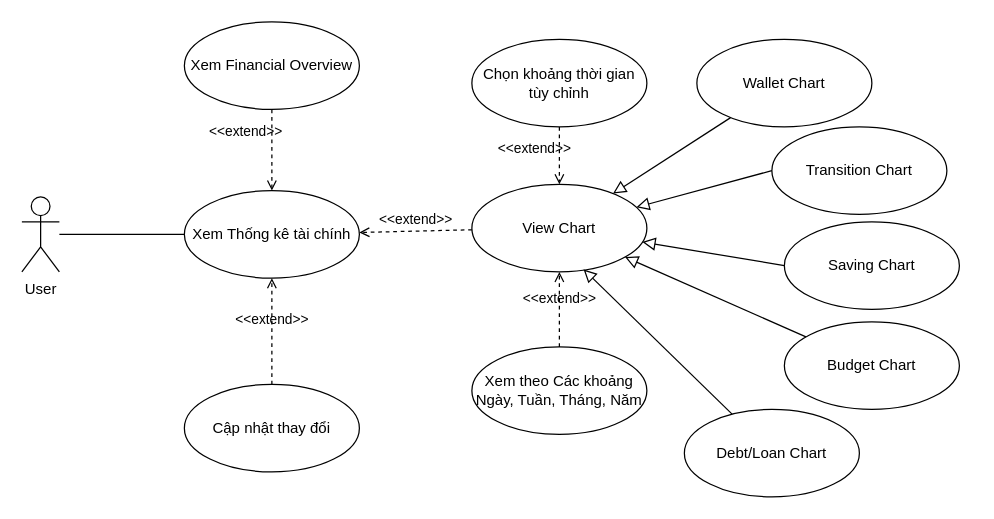
vulm-neo01/financial-management keeps this draw.io diagram as design UML/DetailedStatistics.drawio. Above is the earlier version. Source tidied: cells renumbered, new cells numbered last; positions are measured from the earlier drawing's top-left corner, leaving out a move shared by most shapes. Both pictures are drawn from the tidied source at 125%, with x=0, y=0 at pixel (21, 21).
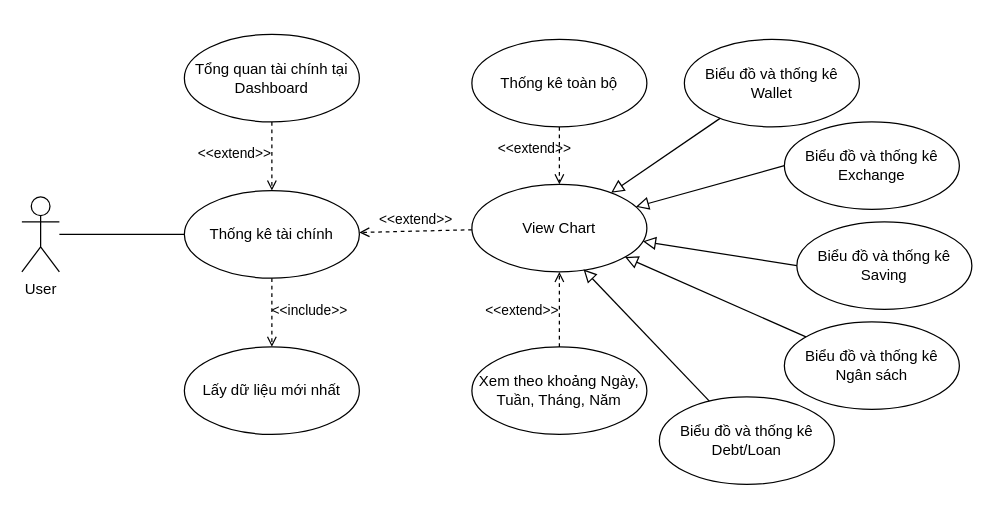
Above is the later version.

The change refers to these unchanged cells:
```xml
<mxCell id="3" value="View Chart" style="ellipse;whiteSpace=wrap;html=1;" parent="1" vertex="1">
  <mxGeometry x="360" y="130" width="140" height="70" as="geometry" />
</mxCell>
```

Change to the diagram source:
```diff
@@
-    <mxCell id="4" value="Xem Thống kê tài chính" style="ellipse;whiteSpace=wrap;html=1;" parent="1" vertex="1">
+    <mxCell id="4" value="Thống kê tài chính" style="ellipse;whiteSpace=wrap;html=1;" parent="1" vertex="1">
       <mxGeometry x="130" y="135" width="140" height="70" as="geometry" />
     </mxCell>
@@
-    <mxCell id="6" value="Xem Financial Overview" style="ellipse;whiteSpace=wrap;html=1;" parent="1" vertex="1">
-      <mxGeometry x="130" width="140" height="70" as="geometry" />
+    <mxCell id="6" value="Tổng quan tài chính tại Dashboard" style="ellipse;whiteSpace=wrap;html=1;" parent="1" vertex="1">
+      <mxGeometry x="130" y="10" width="140" height="70" as="geometry" />
     </mxCell>
     <mxCell id="7" value="&amp;lt;&amp;lt;extend&amp;gt;&amp;gt;" style="html=1;verticalAlign=bottom;labelBackgroundColor=none;endArrow=open;endFill=0;dashed=1;rounded=0;" parent="1" edge="1" source="6" target="4">
-      <mxGeometry x="-0.16" y="-21" relative="1" as="geometry" />
+      <mxGeometry x="0.23" y="-30" relative="1" as="geometry" />
     </mxCell>
@@
-    <mxCell id="9" value="Cập nhật thay đổi" style="ellipse;whiteSpace=wrap;html=1;" parent="1" vertex="1">
-      <mxGeometry x="130" y="290" width="140" height="70" as="geometry" />
+    <mxCell id="9" value="Lấy dữ liệu mới nhất" style="ellipse;whiteSpace=wrap;html=1;" parent="1" vertex="1">
+      <mxGeometry x="130" y="260" width="140" height="70" as="geometry" />
     </mxCell>
-    <mxCell id="10" value="&amp;lt;&amp;lt;extend&amp;gt;&amp;gt;" style="html=1;verticalAlign=bottom;labelBackgroundColor=none;endArrow=open;endFill=0;dashed=1;rounded=0;" parent="1" edge="1" source="9" target="4">
-      <mxGeometry relative="1" as="geometry" />
-    </mxCell>
-    <mxCell id="11" value="Wallet Chart" style="ellipse;whiteSpace=wrap;html=1;" parent="1" vertex="1">
-      <mxGeometry x="540" y="14" width="140" height="70" as="geometry" />
+    <mxCell id="11" value="Biểu đồ và thống kê Wallet" style="ellipse;whiteSpace=wrap;html=1;" parent="1" vertex="1">
+      <mxGeometry x="530" y="14" width="140" height="70" as="geometry" />
     </mxCell>
@@
-    <mxCell id="14" value="Transition Chart" style="ellipse;whiteSpace=wrap;html=1;" parent="1" vertex="1">
-      <mxGeometry x="600" y="84" width="140" height="70" as="geometry" />
+    <mxCell id="14" value="Biểu đồ và thống kê Exchange" style="ellipse;whiteSpace=wrap;html=1;" parent="1" vertex="1">
+      <mxGeometry x="610" y="80" width="140" height="70" as="geometry" />
     </mxCell>
@@
-    <mxCell id="17" value="Saving Chart" style="ellipse;whiteSpace=wrap;html=1;" parent="1" vertex="1">
-      <mxGeometry x="610" y="160" width="140" height="70" as="geometry" />
+    <mxCell id="17" value="Biểu đồ và thống kê Saving" style="ellipse;whiteSpace=wrap;html=1;" parent="1" vertex="1">
+      <mxGeometry x="620" y="160" width="140" height="70" as="geometry" />
     </mxCell>
@@
-    <mxCell id="20" value="Xem theo Các khoảng Ngày, Tuần, Tháng, Năm" style="ellipse;whiteSpace=wrap;html=1;" parent="1" vertex="1">
+    <mxCell id="20" value="Xem theo khoảng Ngày, Tuần, Tháng, Năm" style="ellipse;whiteSpace=wrap;html=1;" parent="1" vertex="1">
       <mxGeometry x="360" y="260" width="140" height="70" as="geometry" />
     </mxCell>
     <mxCell id="21" value="&amp;lt;&amp;lt;extend&amp;gt;&amp;gt;" style="html=1;verticalAlign=bottom;labelBackgroundColor=none;endArrow=open;endFill=0;dashed=1;rounded=0;" parent="1" edge="1" source="20" target="3">
-      <mxGeometry relative="1" as="geometry" />
+      <mxGeometry x="-0.33" y="30" relative="1" as="geometry" />
     </mxCell>
-    <mxCell id="22" value="Chọn khoảng thời gian tùy chỉnh" style="ellipse;whiteSpace=wrap;html=1;" parent="1" vertex="1">
+    <mxCell id="22" value="Thống kê toàn bộ" style="ellipse;whiteSpace=wrap;html=1;" parent="1" vertex="1">
       <mxGeometry x="360" y="14" width="140" height="70" as="geometry" />
     </mxCell>
@@
-    <mxCell id="24" value="Budget Chart" style="ellipse;whiteSpace=wrap;html=1;" parent="1" vertex="1">
+    <mxCell id="24" value="Biểu đồ và thống kê Ngân sách" style="ellipse;whiteSpace=wrap;html=1;" parent="1" vertex="1">
       <mxGeometry x="610" y="240" width="140" height="70" as="geometry" />
     </mxCell>
@@
-    <mxCell id="27" value="Debt/Loan Chart" style="ellipse;whiteSpace=wrap;html=1;" parent="1" vertex="1">
-      <mxGeometry x="530" y="310" width="140" height="70" as="geometry" />
+    <mxCell id="27" value="Biểu đồ và thống kê Debt/Loan" style="ellipse;whiteSpace=wrap;html=1;" parent="1" vertex="1">
+      <mxGeometry x="510" y="300" width="140" height="70" as="geometry" />
     </mxCell>
@@
+    <mxCell id="30" value="&amp;lt;&amp;lt;include&amp;gt;&amp;gt;" style="html=1;verticalAlign=bottom;labelBackgroundColor=none;endArrow=open;endFill=0;dashed=1;rounded=0;" parent="1" edge="1" source="4" target="9">
+      <mxGeometry x="0.27" y="30" relative="1" as="geometry" />
+    </mxCell>
```
